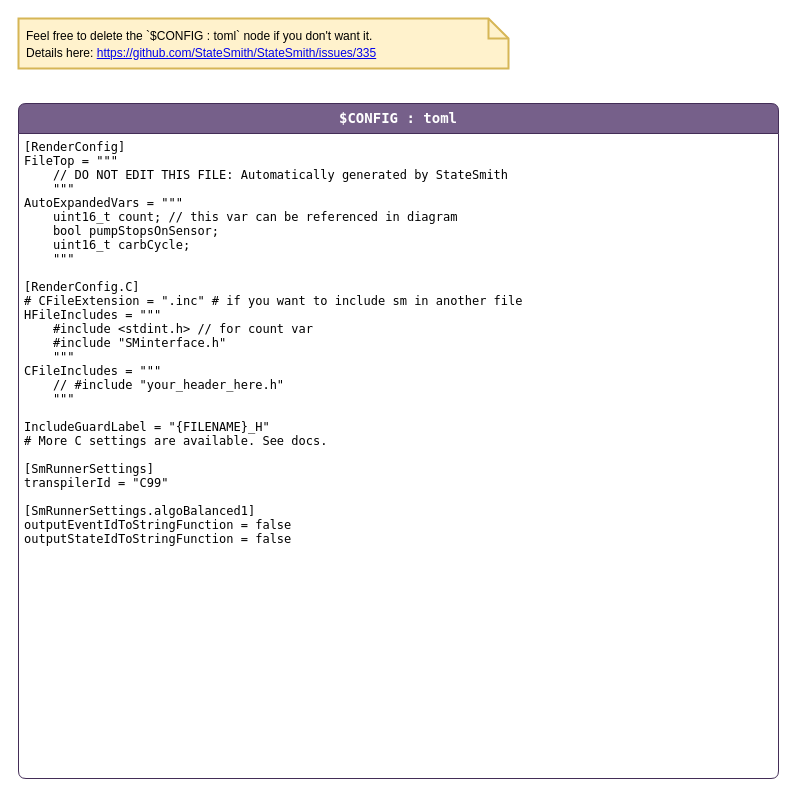
Joe10CS/Pure keeps this draw.io diagram as page "config" (2 of 3) of Core/StateMachine/SMSodaStreamPure.drawio. Above is the earlier version. Source tidied: cells renumbered, new cells numbered last; positions are measured from the earlier drawing's top-left corner, leaving out a move shared by most shapes. Both pictures are drawn from the tidied source at 100%, with x=0, y=0 at pixel (18, 18).
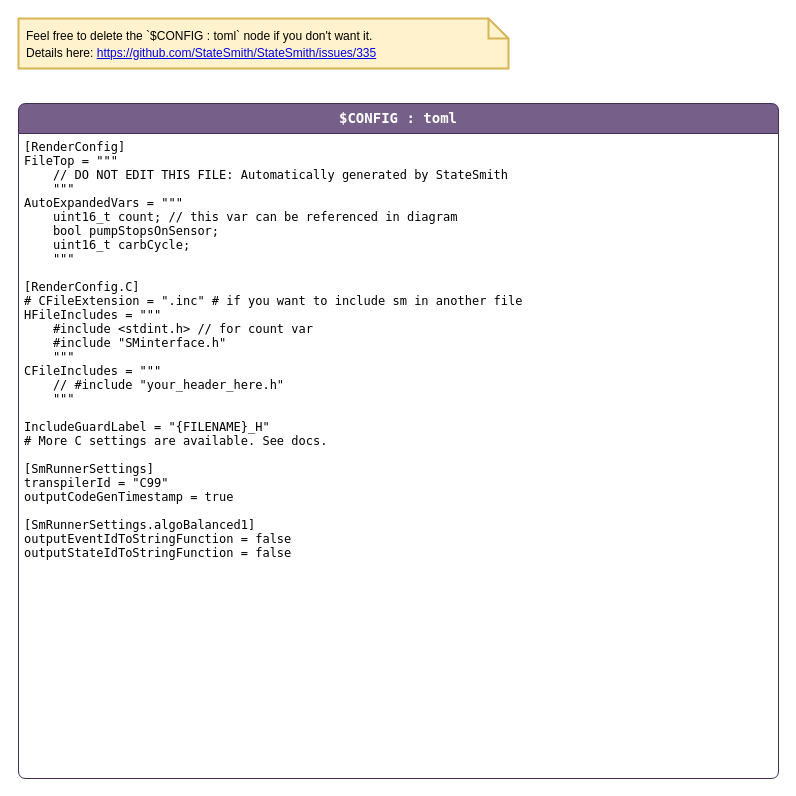
The same page after the edit.

What changed in the source:
```diff
@@
 <mxGraphModel>
   <root>
     <mxCell id="0" />
     <mxCell id="1" parent="0" />
     <mxCell id="2" value="$CONFIG : toml" style="shape=swimlane;align=center;verticalAlign=top;fontFamily=Lucida Console;startSize=30;fontSize=14;fontStyle=1;swimlaneFillColor=default;rounded=1;arcSize=15;absoluteArcSize=1;fillColor=#76608a;strokeColor=#432D57;fontColor=#ffffff;" parent="1" vertex="1">
       <mxGeometry y="85" width="760" height="675" as="geometry" />
     </mxCell>
-    <mxCell id="3" value="[RenderConfig]&#10;FileTop = &quot;&quot;&quot;&#10;    // DO NOT EDIT THIS FILE: Automatically generated by StateSmith&#10;    &quot;&quot;&quot;&#10;AutoExpandedVars = &quot;&quot;&quot;&#10;    uint16_t count; // this var can be referenced in diagram&#10;    bool pumpStopsOnSensor;&#10;    uint16_t carbCycle;&#10;    &quot;&quot;&quot;&#10;&#10;[RenderConfig.C]&#10;# CFileExtension = &quot;.inc&quot; # if you want to include sm in another file&#10;HFileIncludes = &quot;&quot;&quot;&#10;    #include &lt;stdint.h&gt; // for count var&#10;    #include &quot;SMinterface.h&quot;&#10;    &quot;&quot;&quot;&#10;CFileIncludes = &quot;&quot;&quot;&#10;    // #include &quot;your_header_here.h&quot;&#10;    &quot;&quot;&quot;&#10;&#10;IncludeGuardLabel = &quot;{FILENAME}_H&quot;&#10;# More C settings are available. See docs.&#10;&#10;[SmRunnerSettings]&#10;transpilerId = &quot;C99&quot;&#10;&#10;[SmRunnerSettings.algoBalanced1]&#10;outputEventIdToStringFunction = false&#10;outputStateIdToStringFunction = false&#10;" style="fontFamily=Lucida Console;align=left;verticalAlign=top;fillColor=none;gradientColor=none;strokeColor=none;rounded=0;spacingLeft=4;" parent="2" vertex="1">
-      <mxGeometry y="30" width="520" height="430" as="geometry" />
+    <mxCell id="3" value="[RenderConfig]&#10;FileTop = &quot;&quot;&quot;&#10;    // DO NOT EDIT THIS FILE: Automatically generated by StateSmith&#10;    &quot;&quot;&quot;&#10;AutoExpandedVars = &quot;&quot;&quot;&#10;    uint16_t count; // this var can be referenced in diagram&#10;    bool pumpStopsOnSensor;&#10;    uint16_t carbCycle;&#10;    &quot;&quot;&quot;&#10;&#10;[RenderConfig.C]&#10;# CFileExtension = &quot;.inc&quot; # if you want to include sm in another file&#10;HFileIncludes = &quot;&quot;&quot;&#10;    #include &lt;stdint.h&gt; // for count var&#10;    #include &quot;SMinterface.h&quot;&#10;    &quot;&quot;&quot;&#10;CFileIncludes = &quot;&quot;&quot;&#10;    // #include &quot;your_header_here.h&quot;&#10;    &quot;&quot;&quot;&#10;&#10;IncludeGuardLabel = &quot;{FILENAME}_H&quot;&#10;# More C settings are available. See docs.&#10;&#10;[SmRunnerSettings]&#10;transpilerId = &quot;C99&quot;&#10;outputCodeGenTimestamp = true&#10;&#10;[SmRunnerSettings.algoBalanced1]&#10;outputEventIdToStringFunction = false&#10;outputStateIdToStringFunction = false&#10;" style="fontFamily=Lucida Console;align=left;verticalAlign=top;fillColor=none;gradientColor=none;strokeColor=none;rounded=0;spacingLeft=4;" parent="2" vertex="1">
+      <mxGeometry y="30" width="520" height="450" as="geometry" />
     </mxCell>
     <mxCell id="4" value="&lt;span style=&quot;color: rgb(0, 0, 0); font-size: 12px;&quot;&gt;Feel free to delete the `$CONFIG : toml` node if you don't want it.&lt;/span&gt;&lt;br style=&quot;color: rgb(0, 0, 0); font-size: 12px;&quot;&gt;&lt;span style=&quot;color: rgb(0, 0, 0); font-size: 12px;&quot;&gt;Details here:&amp;nbsp;&lt;/span&gt;&lt;a style=&quot;font-size: 12px;&quot; href=&quot;https://github.com/StateSmith/StateSmith/issues/335&quot;&gt;https://github.com/StateSmith/StateSmith/issues/335&lt;/a&gt;" style="shape=note;strokeWidth=2;fontSize=14;size=20;whiteSpace=wrap;html=1;fillColor=#fff2cc;strokeColor=#d6b656;fontColor=#2B2B00;align=left;spacingLeft=6;" parent="1" vertex="1">
       <mxGeometry width="490" height="50" as="geometry" />
     </mxCell>
   </root>
 </mxGraphModel>
```
